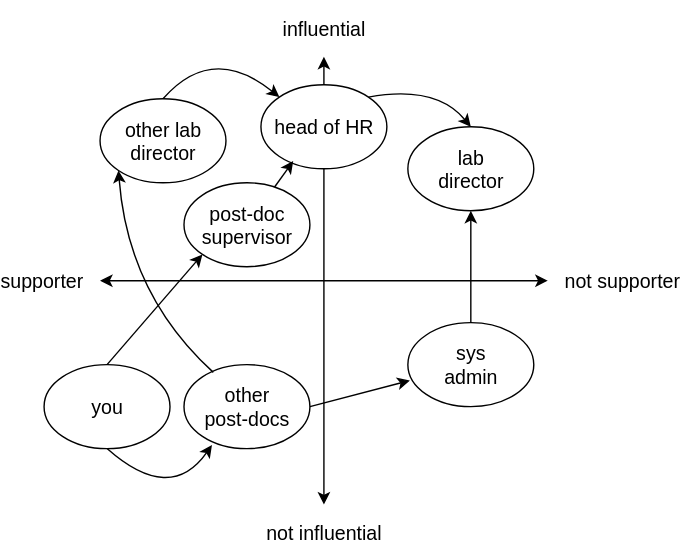
Earlier version of the draw.io export power/power_map.svg (gvwilson/change). Source tidied: cells renumbered, new cells last; positions are measured from the earlier drawing's top-left corner, leaving out a move shared by most shapes.
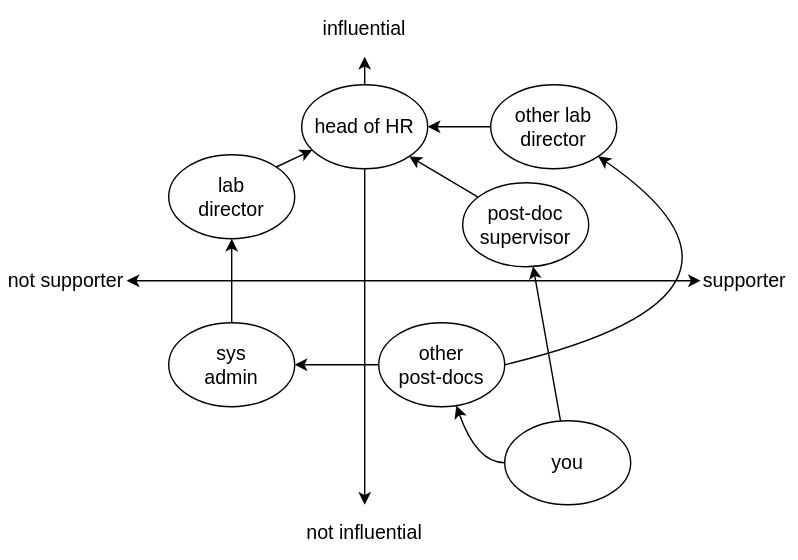
After the change.

Commit message:
fixing power map diagram

Change to the diagram source:
```diff
@@ -8,17 +8,14 @@
         <mxPoint x="230" y="40" as="targetPoint" />
       </mxGeometry>
     </mxCell>
-    <mxCell id="3" style="endArrow=classic;startArrow=classic;html=1;rounded=0;" parent="1" edge="1">
-      <mxGeometry relative="1" as="geometry">
-        <mxPoint x="70" y="200" as="sourcePoint" />
-        <mxPoint x="390" y="200" as="targetPoint" />
-      </mxGeometry>
+    <mxCell id="3" style="endArrow=classic;startArrow=classic;html=1;rounded=0;entryX=0;entryY=0.5;entryDx=0;entryDy=0;exitX=1;exitY=0.5;exitDx=0;exitDy=0;" parent="1" edge="1" source="4" target="5">
+      <mxGeometry relative="1" as="geometry" />
     </mxCell>
-    <mxCell id="4" value="supporter" style="text;html=1;align=right;verticalAlign=middle;whiteSpace=wrap;rounded=0;fontSize=14;" parent="1" vertex="1">
-      <mxGeometry y="180" width="60" height="40" as="geometry" />
+    <mxCell id="4" value="not supporter" style="text;html=1;align=right;verticalAlign=middle;whiteSpace=wrap;rounded=0;fontSize=14;" parent="1" vertex="1">
+      <mxGeometry x="-30" y="180" width="90" height="40" as="geometry" />
     </mxCell>
-    <mxCell id="5" value="not supporter" style="text;html=1;align=left;verticalAlign=middle;whiteSpace=wrap;rounded=0;fontSize=14;" parent="1" vertex="1">
-      <mxGeometry x="400" y="180" width="90" height="40" as="geometry" />
+    <mxCell id="5" value="supporter" style="text;html=1;align=left;verticalAlign=middle;whiteSpace=wrap;rounded=0;fontSize=14;" parent="1" vertex="1">
+      <mxGeometry x="470" y="180" width="70" height="40" as="geometry" />
     </mxCell>
     <mxCell id="6" value="influential" style="text;html=1;align=center;verticalAlign=middle;whiteSpace=wrap;rounded=0;fontSize=14;" parent="1" vertex="1">
       <mxGeometry x="180" width="100" height="40" as="geometry" />
@@ -27,65 +24,57 @@
       <mxGeometry x="180" y="360" width="100" height="40" as="geometry" />
     </mxCell>
     <mxCell id="8" value="&lt;font style=&quot;font-size: 14px;&quot;&gt;lab&lt;/font&gt;&lt;div&gt;&lt;font style=&quot;font-size: 14px;&quot;&gt;director&lt;/font&gt;&lt;/div&gt;" style="ellipse;whiteSpace=wrap;html=1;" parent="1" vertex="1">
-      <mxGeometry x="290" y="90" width="90" height="60" as="geometry" />
+      <mxGeometry x="90" y="110" width="90" height="60" as="geometry" />
     </mxCell>
     <mxCell id="9" value="&lt;span style=&quot;font-size: 14px;&quot;&gt;you&lt;/span&gt;" style="ellipse;whiteSpace=wrap;html=1;" parent="1" vertex="1">
-      <mxGeometry x="30" y="260" width="90" height="60" as="geometry" />
+      <mxGeometry x="330" y="300" width="90" height="60" as="geometry" />
     </mxCell>
     <mxCell id="10" value="&lt;span style=&quot;font-size: 14px;&quot;&gt;head of HR&lt;/span&gt;" style="ellipse;whiteSpace=wrap;html=1;" parent="1" vertex="1">
       <mxGeometry x="185" y="60" width="90" height="60" as="geometry" />
     </mxCell>
     <mxCell id="11" value="&lt;span style=&quot;font-size: 14px;&quot;&gt;post-doc&lt;/span&gt;&lt;div&gt;&lt;span style=&quot;font-size: 14px;&quot;&gt;supervisor&lt;/span&gt;&lt;/div&gt;" style="ellipse;whiteSpace=wrap;html=1;" parent="1" vertex="1">
-      <mxGeometry x="130" y="130" width="90" height="60" as="geometry" />
+      <mxGeometry x="300" y="130" width="90" height="60" as="geometry" />
     </mxCell>
     <mxCell id="12" value="&lt;span style=&quot;font-size: 14px;&quot;&gt;sys&lt;/span&gt;&lt;div&gt;&lt;span style=&quot;font-size: 14px;&quot;&gt;admin&lt;/span&gt;&lt;/div&gt;" style="ellipse;whiteSpace=wrap;html=1;" parent="1" vertex="1">
-      <mxGeometry x="290" y="230" width="90" height="60" as="geometry" />
+      <mxGeometry x="90" y="230" width="90" height="60" as="geometry" />
     </mxCell>
     <mxCell id="13" value="&lt;font style=&quot;font-size: 14px;&quot;&gt;other lab&lt;/font&gt;&lt;div&gt;&lt;font style=&quot;font-size: 14px;&quot;&gt;director&lt;/font&gt;&lt;/div&gt;" style="ellipse;whiteSpace=wrap;html=1;" parent="1" vertex="1">
-      <mxGeometry x="70" y="70" width="90" height="60" as="geometry" />
+      <mxGeometry x="320" y="60" width="90" height="60" as="geometry" />
     </mxCell>
     <mxCell id="14" value="&lt;span style=&quot;font-size: 14px;&quot;&gt;other&lt;/span&gt;&lt;div&gt;&lt;span style=&quot;font-size: 14px;&quot;&gt;post-docs&lt;/span&gt;&lt;/div&gt;" style="ellipse;whiteSpace=wrap;html=1;" parent="1" vertex="1">
-      <mxGeometry x="130" y="260" width="90" height="60" as="geometry" />
+      <mxGeometry x="240" y="230" width="90" height="60" as="geometry" />
     </mxCell>
-    <mxCell id="15" style="endArrow=classic;html=1;rounded=0;exitX=0.5;exitY=1;exitDx=0;exitDy=0;entryX=0.222;entryY=0.958;entryDx=0;entryDy=0;curved=1;entryPerimeter=0;" parent="1" edge="1" source="9" target="14">
+    <mxCell id="15" style="endArrow=classic;html=1;rounded=0;curved=1;" parent="1" edge="1" source="9" target="14">
       <mxGeometry relative="1" as="geometry">
         <Array as="points">
-          <mxPoint x="120" y="360" />
+          <mxPoint x="310" y="330" />
         </Array>
       </mxGeometry>
     </mxCell>
-    <mxCell id="16" style="endArrow=classic;html=1;rounded=0;exitX=0.5;exitY=0;exitDx=0;exitDy=0;entryX=0;entryY=1;entryDx=0;entryDy=0;" parent="1" edge="1" source="9" target="11">
+    <mxCell id="16" style="endArrow=classic;html=1;rounded=0;" parent="1" edge="1" source="9" target="11">
       <mxGeometry relative="1" as="geometry" />
     </mxCell>
-    <mxCell id="17" style="endArrow=classic;html=1;rounded=0;entryX=0;entryY=1;entryDx=0;entryDy=0;exitX=0.233;exitY=0.092;exitDx=0;exitDy=0;exitPerimeter=0;curved=1;" parent="1" edge="1" source="14" target="13">
+    <mxCell id="17" style="endArrow=classic;html=1;rounded=0;entryX=1;entryY=1;entryDx=0;entryDy=0;exitX=1;exitY=0.5;exitDx=0;exitDy=0;curved=1;" parent="1" edge="1" source="14" target="13">
       <mxGeometry relative="1" as="geometry">
         <Array as="points">
-          <mxPoint x="90" y="210" />
+          <mxPoint x="540" y="210" />
         </Array>
       </mxGeometry>
     </mxCell>
-    <mxCell id="18" style="endArrow=classic;html=1;rounded=0;entryX=0.5;entryY=0;entryDx=0;entryDy=0;exitX=1;exitY=0;exitDx=0;exitDy=0;curved=1;" parent="1" edge="1" source="10" target="8">
-      <mxGeometry relative="1" as="geometry">
-        <Array as="points">
-          <mxPoint x="310" y="60" />
-        </Array>
-      </mxGeometry>
-    </mxCell>
-    <mxCell id="19" style="endArrow=classic;html=1;rounded=0;entryX=0;entryY=0;entryDx=0;entryDy=0;exitX=0.5;exitY=0;exitDx=0;exitDy=0;curved=1;" parent="1" edge="1" source="13" target="10">
-      <mxGeometry relative="1" as="geometry">
-        <Array as="points">
-          <mxPoint x="150" y="30" />
-        </Array>
-      </mxGeometry>
+    <mxCell id="19" style="endArrow=classic;html=1;rounded=0;entryX=1;entryY=0.5;entryDx=0;entryDy=0;exitX=0;exitY=0.5;exitDx=0;exitDy=0;curved=1;" parent="1" edge="1" source="13" target="10">
+      <mxGeometry relative="1" as="geometry" />
     </mxCell>
-    <mxCell id="20" style="endArrow=classic;html=1;rounded=0;entryX=0.256;entryY=0.908;entryDx=0;entryDy=0;entryPerimeter=0;" parent="1" edge="1" source="11" target="10">
+    <mxCell id="20" style="endArrow=classic;html=1;rounded=0;entryX=1;entryY=1;entryDx=0;entryDy=0;" parent="1" edge="1" source="11" target="10">
       <mxGeometry relative="1" as="geometry" />
     </mxCell>
-    <mxCell id="21" style="endArrow=classic;html=1;rounded=0;exitX=1;exitY=0.5;exitDx=0;exitDy=0;entryX=0.016;entryY=0.689;entryDx=0;entryDy=0;entryPerimeter=0;" parent="1" edge="1" source="14" target="12">
+    <mxCell id="21" style="endArrow=classic;html=1;rounded=0;" parent="1" edge="1" source="14" target="12">
       <mxGeometry relative="1" as="geometry" />
     </mxCell>
-    <mxCell id="22" style="endArrow=classic;html=1;rounded=0;entryX=0.5;entryY=1;entryDx=0;entryDy=0;exitX=0.5;exitY=0;exitDx=0;exitDy=0;" parent="1" edge="1" source="12" target="8">
+    <mxCell id="22" style="endArrow=classic;html=1;rounded=0;" parent="1" edge="1" source="12" target="8">
       <mxGeometry relative="1" as="geometry" />
     </mxCell>
+    <mxCell id="23" style="endArrow=classic;html=1;rounded=0;exitX=1;exitY=0;exitDx=0;exitDy=0;" parent="1" edge="1" source="8" target="10">
+      <mxGeometry relative="1" as="geometry" />
+    </mxCell>
   </root>
 </mxGraphModel>
```
